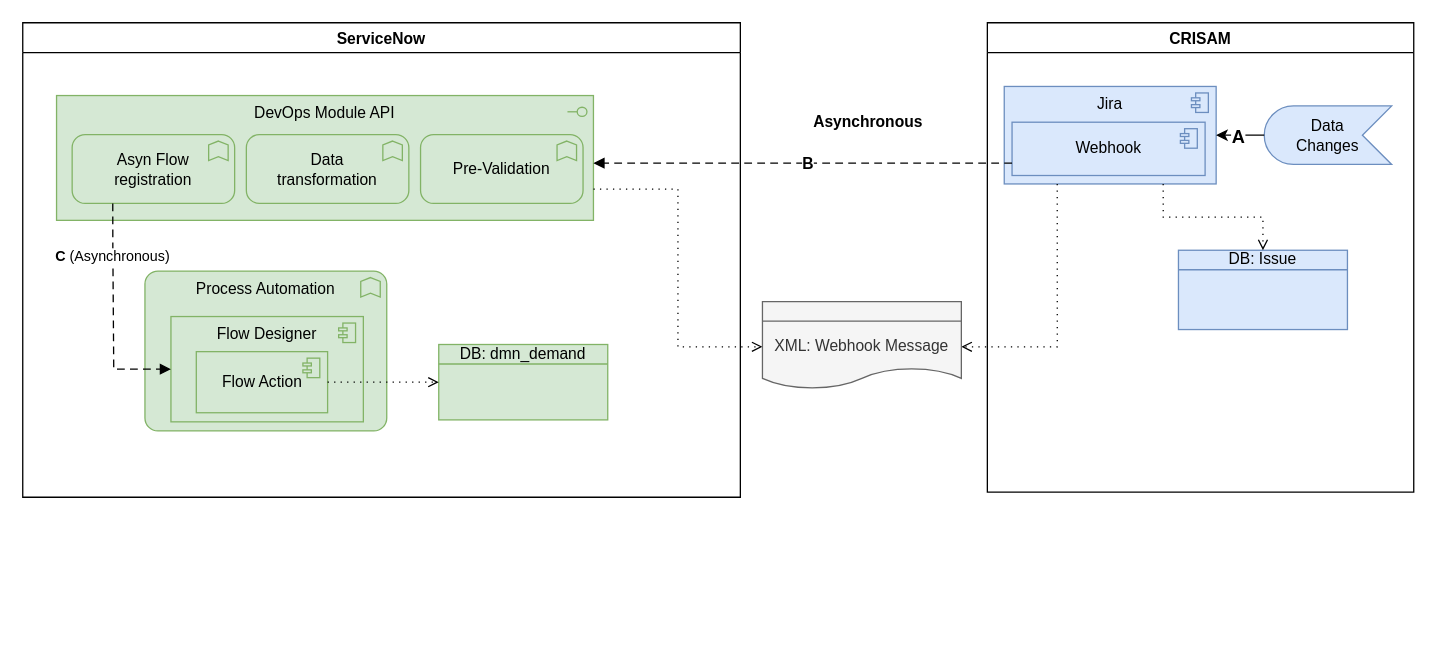
algimas/tmp keeps this draw.io diagram as page "Crisam2SN" (12 of 14) of AldiCrisam.drawio. Above is the earlier version. Source tidied: cells renumbered, new cells numbered last; positions are measured from the earlier drawing's top-left corner, leaving out a move shared by most shapes. Both pictures are drawn from the tidied source at 130%, with x=0, y=0 at pixel (22, 22).
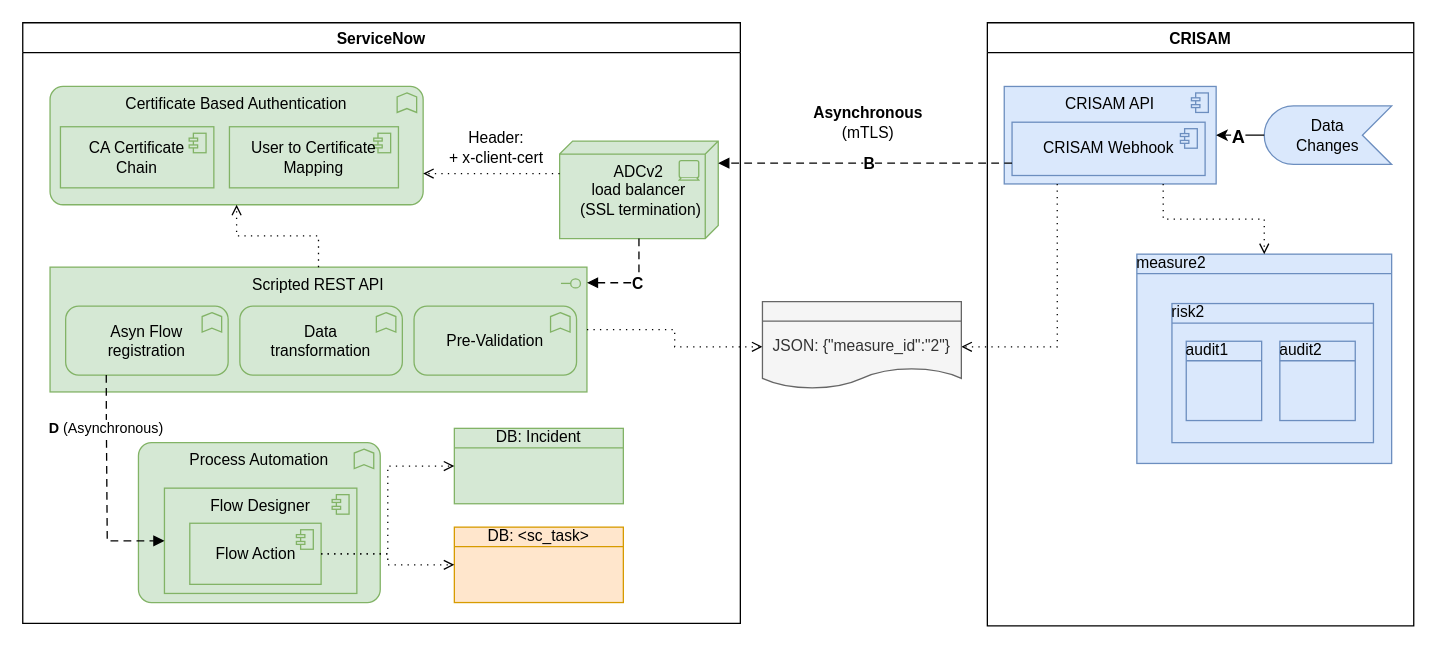
After the change.

The change refers to these unchanged cells:
```xml
<mxCell id="4" value="&lt;div&gt;Data &lt;br&gt;&lt;/div&gt;&lt;div&gt;Changes&lt;/div&gt;" style="html=1;outlineConnect=0;whiteSpace=wrap;fillColor=#dae8fc;shape=mxgraph.archimate3.event;direction=west;strokeColor=#6c8ebf;" parent="2" vertex="1">
  <mxGeometry x="213" y="64" width="98" height="45" as="geometry" />
</mxCell>
```

The edit, as a diff of the source:
```diff
@@
     <mxCell id="2" value="CRISAM" style="swimlane;" parent="1" vertex="1">
-      <mxGeometry x="742" width="328" height="361" as="geometry" />
+      <mxGeometry x="742" width="328" height="464" as="geometry" />
     </mxCell>
-    <mxCell id="3" value="DB: Issue" style="html=1;outlineConnect=0;whiteSpace=wrap;fillColor=#dae8fc;shape=mxgraph.archimate3.businessObject;overflow=fill;strokeColor=#6c8ebf;" parent="2" vertex="1">
-      <mxGeometry x="147" y="175" width="130" height="61" as="geometry" />
-    </mxCell>
@@
+    <mxCell id="27" value="measure2" style="html=1;outlineConnect=0;whiteSpace=wrap;fillColor=#dae8fc;shape=mxgraph.archimate3.businessObject;overflow=fill;strokeColor=#6c8ebf;align=left;" parent="2" vertex="1">
+      <mxGeometry x="115" y="178" width="196" height="161" as="geometry" />
+    </mxCell>
+    <mxCell id="28" value="risk2" style="html=1;whiteSpace=wrap;fillColor=#dae8fc;shape=mxgraph.archimate3.businessObject;overflow=fill;strokeColor=#6c8ebf;align=left;" parent="2" vertex="1">
+      <mxGeometry x="142" y="216" width="155" height="107" as="geometry" />
+    </mxCell>
+    <mxCell id="29" value="&lt;span style=&quot;text-align: center;&quot;&gt;audit1&lt;/span&gt;" style="html=1;whiteSpace=wrap;fillColor=#dae8fc;shape=mxgraph.archimate3.businessObject;overflow=fill;strokeColor=#6c8ebf;align=left;" parent="2" vertex="1">
+      <mxGeometry x="153" y="245" width="58" height="61" as="geometry" />
+    </mxCell>
+    <mxCell id="30" value="&lt;span style=&quot;text-align: center;&quot;&gt;audit2&lt;/span&gt;" style="html=1;whiteSpace=wrap;fillColor=#dae8fc;shape=mxgraph.archimate3.businessObject;overflow=fill;strokeColor=#6c8ebf;align=left;fontColor=default;" parent="2" vertex="1">
+      <mxGeometry x="225" y="245" width="58" height="61" as="geometry" />
+    </mxCell>
     <mxCell id="5" value="ServiceNow" style="swimlane;" parent="1" vertex="1">
-      <mxGeometry width="552" height="365" as="geometry" />
+      <mxGeometry width="552" height="462" as="geometry" />
     </mxCell>
-    <mxCell id="6" value="&lt;div&gt;DevOps Module API&lt;/div&gt;" style="html=1;outlineConnect=0;whiteSpace=wrap;fillColor=#d5e8d4;shape=mxgraph.archimate3.application;appType=interface;archiType=square;strokeColor=#82b366;verticalAlign=top;" parent="5" vertex="1">
-      <mxGeometry x="26" y="56" width="413" height="96" as="geometry" />
-    </mxCell>
+    <mxCell id="31" value="&lt;div&gt;Scripted REST API&lt;/div&gt;" style="html=1;outlineConnect=0;whiteSpace=wrap;fillColor=#d5e8d4;shape=mxgraph.archimate3.application;appType=interface;archiType=square;strokeColor=#82b366;verticalAlign=top;" parent="5" vertex="1">
+      <mxGeometry x="21" y="188" width="413" height="96" as="geometry" />
+    </mxCell>
     <mxCell id="7" value="&lt;div&gt;Data &lt;br&gt;&lt;/div&gt;&lt;div&gt;transformation&lt;/div&gt;" style="html=1;whiteSpace=wrap;fillColor=#d5e8d4;shape=mxgraph.archimate3.application;appType=func;archiType=rounded;strokeColor=#82b366;verticalAlign=middle;align=center;" parent="5" vertex="1">
-      <mxGeometry x="172" y="86" width="125" height="53" as="geometry" />
+      <mxGeometry x="167" y="218" width="125" height="53" as="geometry" />
     </mxCell>
     <mxCell id="8" value="&lt;div&gt;Asyn Flow&lt;/div&gt;&lt;div&gt;registration&lt;br&gt;&lt;/div&gt;" style="html=1;outlineConnect=0;whiteSpace=wrap;fillColor=#d5e8d4;shape=mxgraph.archimate3.application;appType=func;archiType=rounded;strokeColor=#82b366;verticalAlign=middle;align=center;" parent="5" vertex="1">
-      <mxGeometry x="38" y="86" width="125" height="53" as="geometry" />
+      <mxGeometry x="33" y="218" width="125" height="53" as="geometry" />
     </mxCell>
     <mxCell id="9" value="Pre-Validation" style="html=1;whiteSpace=wrap;fillColor=#d5e8d4;shape=mxgraph.archimate3.application;appType=func;archiType=rounded;strokeColor=#82b366;verticalAlign=middle;align=center;" parent="5" vertex="1">
-      <mxGeometry x="306" y="86" width="125" height="53" as="geometry" />
+      <mxGeometry x="301" y="218" width="125" height="53" as="geometry" />
     </mxCell>
     <mxCell id="10" value="&lt;span id=&quot;hs_cos_wrapper_post_body&quot; class=&quot;hs_cos_wrapper hs_cos_wrapper_meta_field hs_cos_wrapper_type_rich_text&quot;&gt;Process Automation&lt;/span&gt;" style="html=1;whiteSpace=wrap;fillColor=#d5e8d4;shape=mxgraph.archimate3.application;appType=func;archiType=rounded;verticalAlign=top;strokeColor=#82b366;" parent="5" vertex="1">
-      <mxGeometry x="94" y="191" width="186" height="123" as="geometry" />
+      <mxGeometry x="89" y="323" width="186" height="123" as="geometry" />
     </mxCell>
-    <mxCell id="11" value="DB: dmn_demand" style="html=1;outlineConnect=0;whiteSpace=wrap;fillColor=#d5e8d4;shape=mxgraph.archimate3.businessObject;overflow=fill;strokeColor=#82b366;" parent="5" vertex="1">
-      <mxGeometry x="320" y="247.5" width="130" height="58" as="geometry" />
-    </mxCell>
-    <mxCell id="12" value="Jira" style="html=1;outlineConnect=0;whiteSpace=wrap;fillColor=#dae8fc;shape=mxgraph.archimate3.application;appType=comp;archiType=square;strokeColor=#6c8ebf;verticalAlign=top;" parent="1" vertex="1">
-      <mxGeometry x="755" y="49" width="163" height="75" as="geometry" />
-    </mxCell>
-    <mxCell id="13" style="edgeStyle=orthogonalEdgeStyle;html=1;endArrow=open;elbow=vertical;endFill=0;dashed=1;dashPattern=1 4;rounded=0;exitX=0.75;exitY=1;exitDx=0;exitDy=0;exitPerimeter=0;fillColor=#00b9f2;" parent="1" edge="1" source="12" target="3">
-      <mxGeometry relative="1" as="geometry" />
-    </mxCell>
-    <mxCell id="14" style="edgeStyle=none;rounded=0;jettySize=auto;html=1;fillColor=#80b6a1;exitX=1;exitY=0.5;exitDx=0;exitDy=0;exitPerimeter=0;entryX=1;entryY=0.5;entryDx=0;entryDy=0;entryPerimeter=0;" parent="1" edge="1" source="4" target="12">
-      <mxGeometry relative="1" as="geometry" />
-    </mxCell>
+    <mxCell id="32" value="&lt;div&gt;&lt;span class=&quot;ng-scope&quot;&gt;&lt;span class=&quot;ng-scope&quot;&gt;&lt;span id=&quot;section_tab.d582dcb0c3310200b0449f2974d3aebd&quot;&gt;&lt;span id=&quot;section-d582dcb0c3310200b0449f2974d3aebd&quot;&gt;ADCv2 &lt;br&gt;&lt;/span&gt;&lt;/span&gt;&lt;/span&gt;&lt;/span&gt;&lt;/div&gt;&lt;div&gt;&lt;span class=&quot;ng-scope&quot;&gt;&lt;span class=&quot;ng-scope&quot;&gt;&lt;span id=&quot;section_tab.d582dcb0c3310200b0449f2974d3aebd&quot;&gt;&lt;span id=&quot;section-d582dcb0c3310200b0449f2974d3aebd&quot;&gt;load balancer&lt;/span&gt;&lt;/span&gt;&lt;/span&gt;&lt;/span&gt;&lt;/div&gt;&amp;nbsp;(SSL termination)" style="html=1;outlineConnect=0;whiteSpace=wrap;fillColor=#d5e8d4;shape=mxgraph.archimate3.tech;techType=device;fontSize=12;strokeColor=#82b366;" parent="5" vertex="1">
+      <mxGeometry x="413" y="91" width="122" height="75" as="geometry" />
+    </mxCell>
+    <mxCell id="33" value="&lt;span class=&quot;ph cmd&quot;&gt;&lt;span class=&quot;ph menucascade&quot;&gt;&lt;span class=&quot;ph uicontrol&quot;&gt;Certificate Based Authentication&lt;/span&gt;&lt;/span&gt;&lt;/span&gt;" style="html=1;outlineConnect=0;whiteSpace=wrap;fillColor=#d5e8d4;shape=mxgraph.archimate3.application;appType=func;archiType=rounded;strokeColor=#82b366;verticalAlign=top;align=center;" parent="5" vertex="1">
+      <mxGeometry x="21" y="49" width="287" height="91" as="geometry" />
+    </mxCell>
+    <mxCell id="34" value="&lt;div&gt;&lt;span class=&quot;ph cmd&quot;&gt;&lt;span class=&quot;ph menucascade&quot;&gt;&lt;span class=&quot;ph uicontrol&quot;&gt;CA Certificate&lt;/span&gt;&lt;/span&gt;&lt;/span&gt;&lt;/div&gt;&lt;div&gt;&lt;span class=&quot;ph cmd&quot;&gt;&lt;span class=&quot;ph menucascade&quot;&gt;&lt;span class=&quot;ph uicontrol&quot;&gt;Chain&lt;/span&gt;&lt;/span&gt;&lt;/span&gt;&lt;/div&gt;" style="html=1;whiteSpace=wrap;fillColor=#d5e8d4;shape=mxgraph.archimate3.application;appType=comp;archiType=square;strokeColor=#82b366;verticalAlign=middle;" parent="5" vertex="1">
+      <mxGeometry x="29" y="80" width="118" height="47" as="geometry" />
+    </mxCell>
+    <mxCell id="35" value="&lt;span class=&quot;ph cmd&quot;&gt;&lt;span class=&quot;ph menucascade&quot;&gt;&lt;span class=&quot;ph uicontrol&quot;&gt;User to Certificate Mapping&lt;/span&gt;&lt;/span&gt;&lt;/span&gt;" style="html=1;whiteSpace=wrap;fillColor=#d5e8d4;shape=mxgraph.archimate3.application;appType=comp;archiType=square;strokeColor=#82b366;verticalAlign=middle;" parent="5" vertex="1">
+      <mxGeometry x="159" y="80" width="130" height="47" as="geometry" />
+    </mxCell>
+    <mxCell id="36" value="&lt;div&gt;Header: &lt;br&gt;&lt;/div&gt;&lt;div&gt;+ x-client-cert&lt;br&gt;&lt;/div&gt;" style="text;html=1;align=center;verticalAlign=middle;strokeColor=none;fillColor=none;" parent="5" vertex="1">
+      <mxGeometry x="322.5" y="80" width="82" height="32" as="geometry" />
+    </mxCell>
+    <mxCell id="37" style="edgeStyle=elbowEdgeStyle;html=1;endArrow=block;dashed=1;elbow=vertical;endFill=1;dashPattern=6 4;rounded=0;fontSize=12;exitX=0.5;exitY=1;exitDx=0;exitDy=0;exitPerimeter=0;" parent="5" edge="1" source="32" target="31">
+      <mxGeometry relative="1" as="geometry">
+        <Array as="points">
+          <mxPoint x="466" y="200" />
+          <mxPoint x="471" y="187" />
+          <mxPoint x="347" y="114" />
+        </Array>
+      </mxGeometry>
+    </mxCell>
+    <mxCell id="38" value="&lt;b&gt;C&lt;/b&gt;" style="edgeLabel;html=1;align=center;verticalAlign=middle;fontSize=12;" parent="37" vertex="1">
+      <mxGeometry x="-0.02" relative="1" as="geometry" />
+    </mxCell>
+    <mxCell id="39" style="edgeStyle=elbowEdgeStyle;html=1;endArrow=open;elbow=vertical;endFill=0;dashed=1;dashPattern=1 4;rounded=0;fontSize=12;" parent="5" edge="1" source="32" target="33">
+      <mxGeometry relative="1" as="geometry" />
+    </mxCell>
+    <mxCell id="40" style="edgeStyle=elbowEdgeStyle;html=1;endArrow=open;elbow=vertical;endFill=0;dashed=1;dashPattern=1 4;rounded=0;fontSize=12;" parent="5" edge="1" source="31" target="33">
+      <mxGeometry relative="1" as="geometry" />
+    </mxCell>
+    <mxCell id="41" value="DB: Incident" style="html=1;outlineConnect=0;whiteSpace=wrap;fillColor=#d5e8d4;shape=mxgraph.archimate3.businessObject;overflow=fill;strokeColor=#82b366;" parent="5" vertex="1">
+      <mxGeometry x="332" y="312" width="130" height="58" as="geometry" />
+    </mxCell>
+    <mxCell id="42" value="DB: &amp;lt;sc_task&amp;gt;" style="html=1;outlineConnect=0;whiteSpace=wrap;fillColor=#ffe6cc;shape=mxgraph.archimate3.businessObject;overflow=fill;strokeColor=#d79b00;" parent="5" vertex="1">
+      <mxGeometry x="332" y="388" width="130" height="58" as="geometry" />
+    </mxCell>
+    <mxCell id="43" value="CRISAM API" style="html=1;outlineConnect=0;whiteSpace=wrap;fillColor=#dae8fc;shape=mxgraph.archimate3.application;appType=comp;archiType=square;strokeColor=#6c8ebf;verticalAlign=top;" parent="1" vertex="1">
+      <mxGeometry x="755" y="49" width="163" height="75" as="geometry" />
+    </mxCell>
+    <mxCell id="44" style="edgeStyle=orthogonalEdgeStyle;html=1;endArrow=open;elbow=vertical;endFill=0;dashed=1;dashPattern=1 4;rounded=0;exitX=0.75;exitY=1;exitDx=0;exitDy=0;exitPerimeter=0;fillColor=#00b9f2;" parent="1" edge="1" source="43" target="27">
+      <mxGeometry relative="1" as="geometry" />
+    </mxCell>
+    <mxCell id="45" style="edgeStyle=none;rounded=0;jettySize=auto;html=1;fillColor=#80b6a1;exitX=1;exitY=0.5;exitDx=0;exitDy=0;exitPerimeter=0;entryX=1;entryY=0.5;entryDx=0;entryDy=0;entryPerimeter=0;" parent="1" edge="1" source="4" target="43">
+      <mxGeometry relative="1" as="geometry" />
+    </mxCell>
-    <mxCell id="15" value="&lt;font style=&quot;font-size: 14px&quot;&gt;&lt;b&gt;A&lt;/b&gt;&lt;/font&gt;" style="edgeLabel;html=1;align=center;verticalAlign=middle;fillColor=#80b6a1;" parent="14" vertex="1">
+    <mxCell id="15" value="&lt;font style=&quot;font-size: 14px&quot;&gt;&lt;b&gt;A&lt;/b&gt;&lt;/font&gt;" style="edgeLabel;html=1;align=center;verticalAlign=middle;fillColor=#80b6a1;" parent="45" vertex="1">
       <mxGeometry x="0.14" relative="1" as="geometry">
         <mxPoint y="1" as="offset" />
       </mxGeometry>
     </mxCell>
-    <mxCell id="16" style="edgeStyle=orthogonalEdgeStyle;html=1;endArrow=open;elbow=vertical;endFill=0;dashed=1;dashPattern=1 4;rounded=0;exitX=0.25;exitY=1;exitDx=0;exitDy=0;exitPerimeter=0;entryX=1;entryY=0.5;entryDx=0;entryDy=0;entryPerimeter=0;fillColor=#80b6a1;" parent="1" edge="1" source="12" target="18">
-      <mxGeometry relative="1" as="geometry" />
-    </mxCell>
-    <mxCell id="17" style="edgeStyle=orthogonalEdgeStyle;html=1;endArrow=open;elbow=vertical;endFill=0;dashed=1;dashPattern=1 4;rounded=0;fillColor=#80b6a1;entryX=0;entryY=0.5;entryDx=0;entryDy=0;entryPerimeter=0;exitX=1;exitY=0.75;exitDx=0;exitDy=0;exitPerimeter=0;" parent="1" edge="1" source="6" target="18">
-      <mxGeometry relative="1" as="geometry" />
-    </mxCell>
-    <mxCell id="18" value="&lt;div style=&quot;font-size: 12px;&quot;&gt;XML: Webhook Message&lt;/div&gt;" style="html=1;outlineConnect=0;whiteSpace=wrap;fillColor=#f5f5f5;shape=mxgraph.archimate3.representation;fontSize=12;align=center;strokeColor=#666666;fontColor=#333333;" parent="1" vertex="1">
-      <mxGeometry x="569" y="214.5" width="153" height="69.5" as="geometry" />
-    </mxCell>
-    <mxCell id="19" value="&lt;div&gt;&lt;b&gt;Asynchronous&lt;/b&gt;&lt;/div&gt;" style="text;html=1;align=center;verticalAlign=middle;strokeColor=none;fillColor=none;" parent="1" vertex="1">
-      <mxGeometry x="599" y="64" width="102" height="26" as="geometry" />
-    </mxCell>
-    <mxCell id="20" value="Webhook" style="html=1;outlineConnect=0;whiteSpace=wrap;fillColor=#dae8fc;shape=mxgraph.archimate3.application;appType=comp;archiType=square;strokeColor=#6c8ebf;verticalAlign=middle;" parent="1" vertex="1">
-      <mxGeometry x="761" y="76.5" width="148.5" height="41" as="geometry" />
-    </mxCell>
+    <mxCell id="46" style="edgeStyle=orthogonalEdgeStyle;html=1;endArrow=open;elbow=vertical;endFill=0;dashed=1;dashPattern=1 4;rounded=0;exitX=0.25;exitY=1;exitDx=0;exitDy=0;exitPerimeter=0;entryX=1;entryY=0.5;entryDx=0;entryDy=0;entryPerimeter=0;fillColor=#80b6a1;" parent="1" edge="1" source="43" target="48">
+      <mxGeometry relative="1" as="geometry" />
+    </mxCell>
+    <mxCell id="47" style="edgeStyle=orthogonalEdgeStyle;html=1;endArrow=open;elbow=vertical;endFill=0;dashed=1;dashPattern=1 4;rounded=0;fillColor=#80b6a1;entryX=0;entryY=0.5;entryDx=0;entryDy=0;entryPerimeter=0;" parent="1" edge="1" source="31" target="48">
+      <mxGeometry relative="1" as="geometry" />
+    </mxCell>
+    <mxCell id="48" value="&lt;div style=&quot;font-size: 12px;&quot;&gt;JSON: {&quot;measure_id&quot;:&quot;2&quot;}&lt;/div&gt;" style="html=1;outlineConnect=0;whiteSpace=wrap;fillColor=#f5f5f5;shape=mxgraph.archimate3.representation;fontSize=12;align=center;strokeColor=#666666;fontColor=#333333;" parent="1" vertex="1">
+      <mxGeometry x="569" y="214.5" width="153" height="69.5" as="geometry" />
+    </mxCell>
+    <mxCell id="49" value="&lt;div&gt;&lt;b&gt;Asynchronous&lt;/b&gt;&lt;/div&gt;&lt;div&gt;(mTLS)&lt;br&gt;&lt;/div&gt;" style="text;html=1;align=center;verticalAlign=middle;strokeColor=none;fillColor=none;" parent="1" vertex="1">
+      <mxGeometry x="603" y="61" width="94" height="32" as="geometry" />
+    </mxCell>
+    <mxCell id="50" value="CRISAM Webhook" style="html=1;outlineConnect=0;whiteSpace=wrap;fillColor=#dae8fc;shape=mxgraph.archimate3.application;appType=comp;archiType=square;strokeColor=#6c8ebf;verticalAlign=middle;" parent="1" vertex="1">
+      <mxGeometry x="761" y="76.5" width="148.5" height="41" as="geometry" />
+    </mxCell>
     <mxCell id="21" value="Flow Designer" style="html=1;outlineConnect=0;whiteSpace=wrap;fillColor=#d5e8d4;shape=mxgraph.archimate3.application;appType=comp;archiType=square;strokeColor=#82b366;verticalAlign=top;" parent="1" vertex="1">
-      <mxGeometry x="114" y="226" width="148" height="81" as="geometry" />
+      <mxGeometry x="109" y="358" width="148" height="81" as="geometry" />
     </mxCell>
     <mxCell id="22" value="Flow Action" style="html=1;outlineConnect=0;whiteSpace=wrap;fillColor=#d5e8d4;shape=mxgraph.archimate3.application;appType=comp;archiType=square;strokeColor=#82b366;verticalAlign=middle;" parent="1" vertex="1">
-      <mxGeometry x="133.5" y="253" width="101" height="47" as="geometry" />
+      <mxGeometry x="128.5" y="385" width="101" height="47" as="geometry" />
     </mxCell>
+    <mxCell id="51" style="edgeStyle=orthogonalEdgeStyle;html=1;endArrow=open;elbow=vertical;endFill=0;dashed=1;dashPattern=1 4;rounded=0;fillColor=#80b6a1;entryX=0;entryY=0.5;entryDx=0;entryDy=0;entryPerimeter=0;exitX=1;exitY=0.5;exitDx=0;exitDy=0;exitPerimeter=0;" parent="1" edge="1" source="22" target="42">
+      <mxGeometry relative="1" as="geometry" />
+    </mxCell>
-    <mxCell id="23" value="&lt;b&gt;C&lt;/b&gt; (Asynchronous)" style="edgeStyle=orthogonalEdgeStyle;html=1;endArrow=block;dashed=1;elbow=vertical;endFill=1;dashPattern=6 4;rounded=0;exitX=0.25;exitY=1;exitDx=0;exitDy=0;exitPerimeter=0;entryX=0;entryY=0.5;entryDx=0;entryDy=0;entryPerimeter=0;" parent="1" edge="1" source="8" target="21">
+    <mxCell id="23" value="&lt;b&gt;D&lt;/b&gt; (Asynchronous)" style="edgeStyle=orthogonalEdgeStyle;html=1;endArrow=block;dashed=1;elbow=vertical;endFill=1;dashPattern=6 4;rounded=0;exitX=0.25;exitY=1;exitDx=0;exitDy=0;exitPerimeter=0;entryX=0;entryY=0.5;entryDx=0;entryDy=0;entryPerimeter=0;" parent="1" edge="1" source="8" target="21">
       <mxGeometry x="-0.52" relative="1" as="geometry">
         <Array as="points">
-          <mxPoint x="69" y="173" />
-          <mxPoint x="70" y="173" />
-          <mxPoint x="70" y="266" />
+          <mxPoint x="64" y="305" />
+          <mxPoint x="65" y="305" />
+          <mxPoint x="65" y="398" />
         </Array>
       </mxGeometry>
     </mxCell>
-    <mxCell id="24" style="edgeStyle=elbowEdgeStyle;html=1;endArrow=block;dashed=1;elbow=vertical;endFill=1;dashPattern=6 4;rounded=0;fontSize=12;" parent="1" edge="1" source="20" target="6">
-      <mxGeometry relative="1" as="geometry">
-        <Array as="points">
-          <mxPoint x="591" y="108" />
-          <mxPoint x="561" y="97" />
-          <mxPoint x="613" y="103" />
-          <mxPoint x="347" y="114" />
-        </Array>
-      </mxGeometry>
-    </mxCell>
+    <mxCell id="52" style="edgeStyle=elbowEdgeStyle;html=1;endArrow=block;dashed=1;elbow=vertical;endFill=1;dashPattern=6 4;rounded=0;fontSize=12;" parent="1" edge="1" source="50" target="32">
+      <mxGeometry relative="1" as="geometry">
+        <Array as="points">
+          <mxPoint x="591" y="108" />
+          <mxPoint x="561" y="97" />
+          <mxPoint x="613" y="103" />
+          <mxPoint x="347" y="114" />
+        </Array>
+      </mxGeometry>
+    </mxCell>
-    <mxCell id="25" value="&lt;b&gt;B&lt;/b&gt;" style="edgeLabel;html=1;align=center;verticalAlign=middle;fontSize=12;" parent="24" vertex="1">
+    <mxCell id="25" value="&lt;b&gt;B&lt;/b&gt;" style="edgeLabel;html=1;align=center;verticalAlign=middle;fontSize=12;" parent="52" vertex="1">
       <mxGeometry x="-0.02" relative="1" as="geometry" />
     </mxCell>
-    <mxCell id="26" style="edgeStyle=orthogonalEdgeStyle;html=1;endArrow=open;elbow=vertical;endFill=0;dashed=1;dashPattern=1 4;rounded=0;fillColor=#80b6a1;entryX=0;entryY=0.5;entryDx=0;entryDy=0;entryPerimeter=0;exitX=1;exitY=0.5;exitDx=0;exitDy=0;exitPerimeter=0;" parent="1" edge="1" source="22" target="11">
-      <mxGeometry relative="1" as="geometry" />
-    </mxCell>
+    <mxCell id="53" style="edgeStyle=orthogonalEdgeStyle;html=1;endArrow=open;elbow=vertical;endFill=0;dashed=1;dashPattern=1 4;rounded=0;fillColor=#80b6a1;entryX=0;entryY=0.5;entryDx=0;entryDy=0;entryPerimeter=0;exitX=1;exitY=0.5;exitDx=0;exitDy=0;exitPerimeter=0;" parent="1" edge="1" source="22" target="41">
+      <mxGeometry relative="1" as="geometry" />
+    </mxCell>
```
